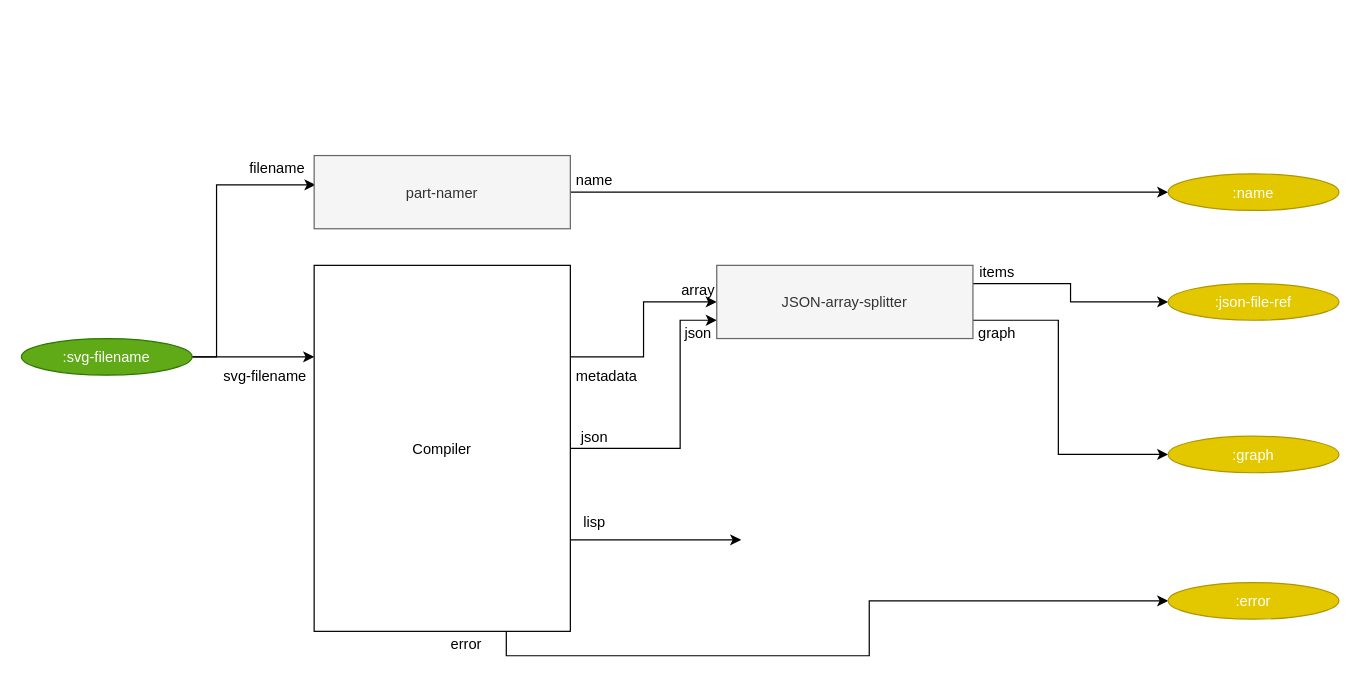
Above: page "3. compile-single-diagram" (4 of 5) of build_process/cl-build/build.drawio in bmfbp/bmfbp (draw.io), before the change. Source tidied: cells renumbered, new cells numbered last; positions are measured from the earlier drawing's top-left corner, leaving out a move shared by most shapes. Both pictures are drawn from the tidied source at 122%, with x=0, y=0 at pixel (21, 155).
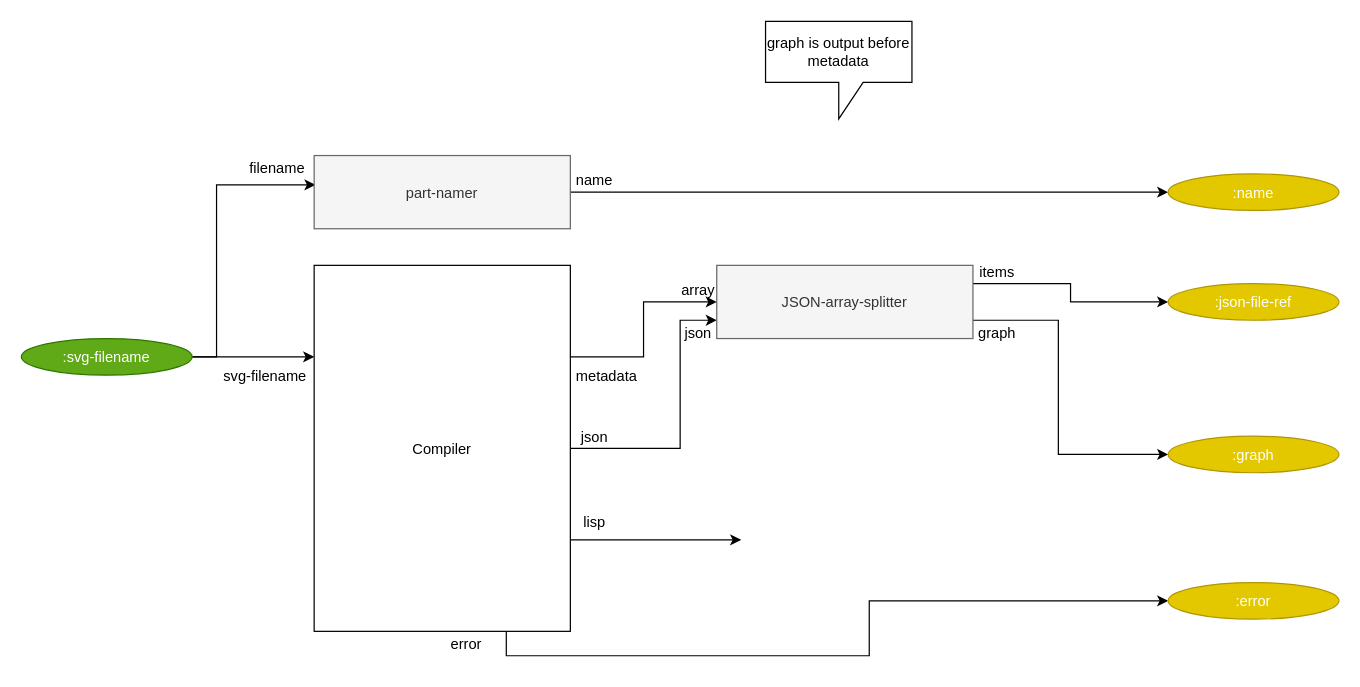
The same page after the edit.

Commit message (it also covers changes not shown here):
build in reverse (depth-first) order ; graphs emitted before leaves

Diff of the diagram source:
```diff
@@
+    <mxCell id="30" value="graph is output before metadata" style="shape=callout;whiteSpace=wrap;html=1;perimeter=calloutPerimeter;" parent="1" vertex="1">
+      <mxGeometry x="610" y="-110" width="120" height="80" as="geometry" />
+    </mxCell>
```
